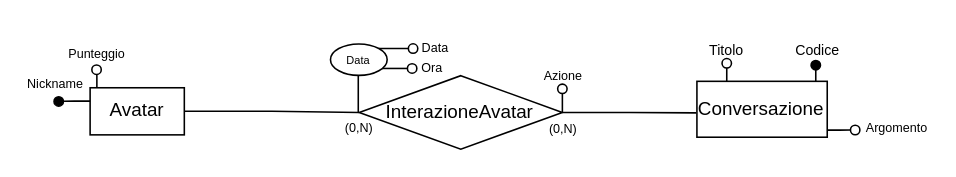
pnocerino/BasiDiDati keeps this draw.io diagram as WP1/Pattern/AttributoDiRelazione/ReificazioneDiAttributoDiRelazionePrima.drawio. Above is the earlier version. Source tidied: cells renumbered, new cells numbered last; positions are measured from the earlier drawing's top-left corner, leaving out a move shared by most shapes. Both pictures are drawn from the tidied source at 157%, with x=0, y=0 at pixel (31, 35).
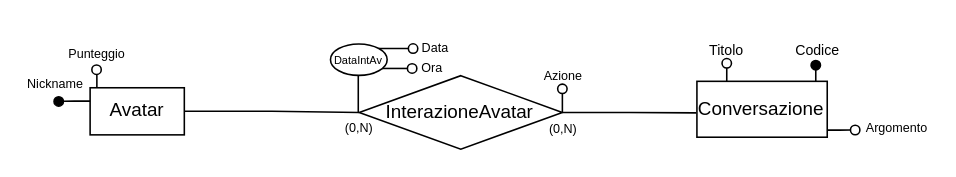
The same page after the edit.

The edit, as a diff of the source:
```diff
@@
-    <mxCell id="23" value="&lt;p style=&quot;line-height: 110%;&quot;&gt;&lt;font style=&quot;font-size: 7px;&quot;&gt;Data&lt;/font&gt;&lt;/p&gt;" style="ellipse;whiteSpace=wrap;html=1;" parent="1" vertex="1">
+    <mxCell id="23" value="&lt;p style=&quot;line-height: 110%;&quot;&gt;&lt;font style=&quot;font-size: 7px;&quot;&gt;DataIntAv&lt;/font&gt;&lt;/p&gt;" style="ellipse;whiteSpace=wrap;html=1;" parent="1" vertex="1">
       <mxGeometry x="190" y="5.5" width="36.1" height="20" as="geometry" />
     </mxCell>
```
